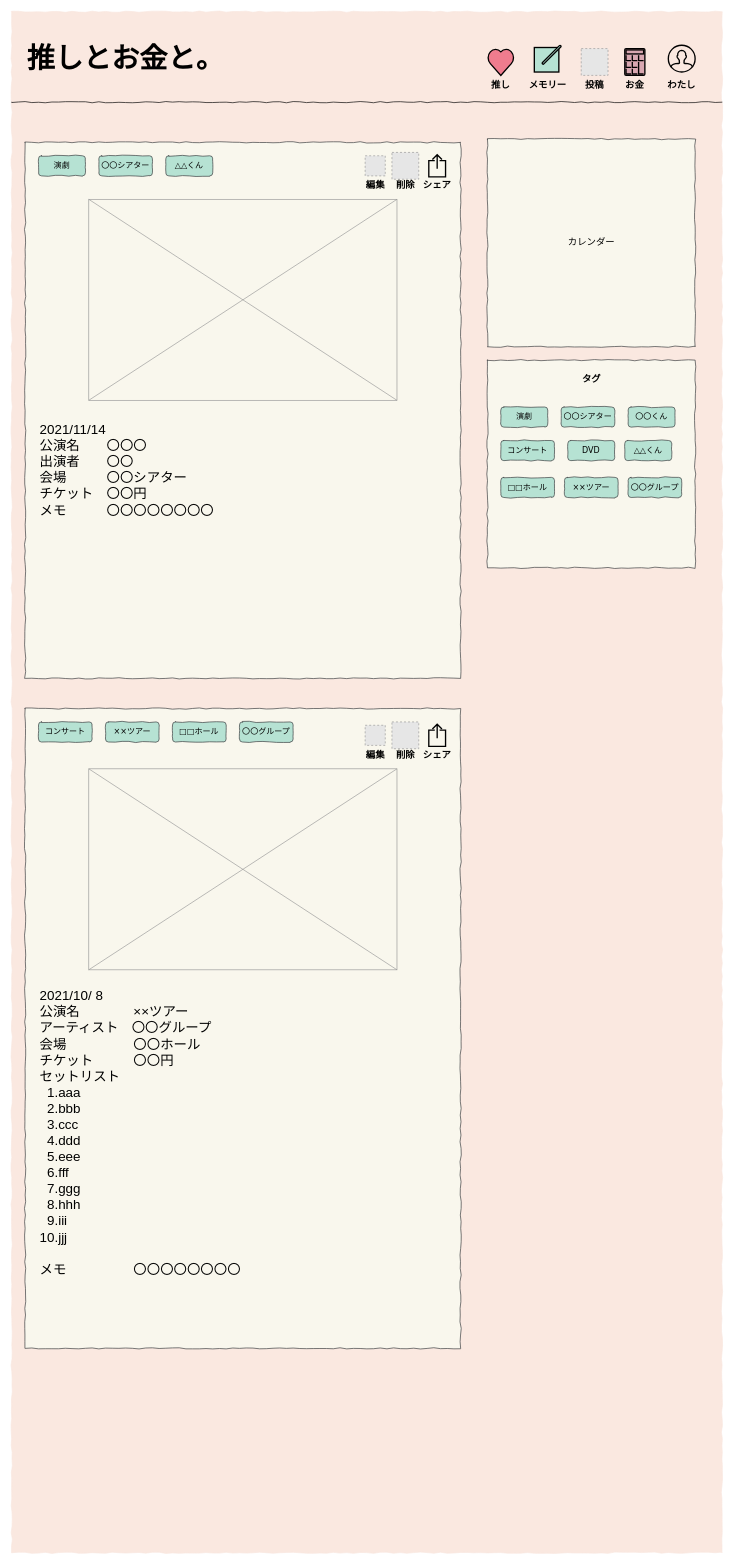
Above: page "メモリー" (3 of 15) of Untitled Diagram.drawio in yuko-miyamoto/Laravel_10 (draw.io), before the change. Source tidied: cells renumbered, new cells numbered last; positions are measured from the earlier drawing's top-left corner, leaving out a move shared by most shapes. Both pictures are drawn from the tidied source at 67%, with x=0, y=0 at pixel (11, 11). Pictures stored in the file or linked from it are replaced by grey dashed boxes.
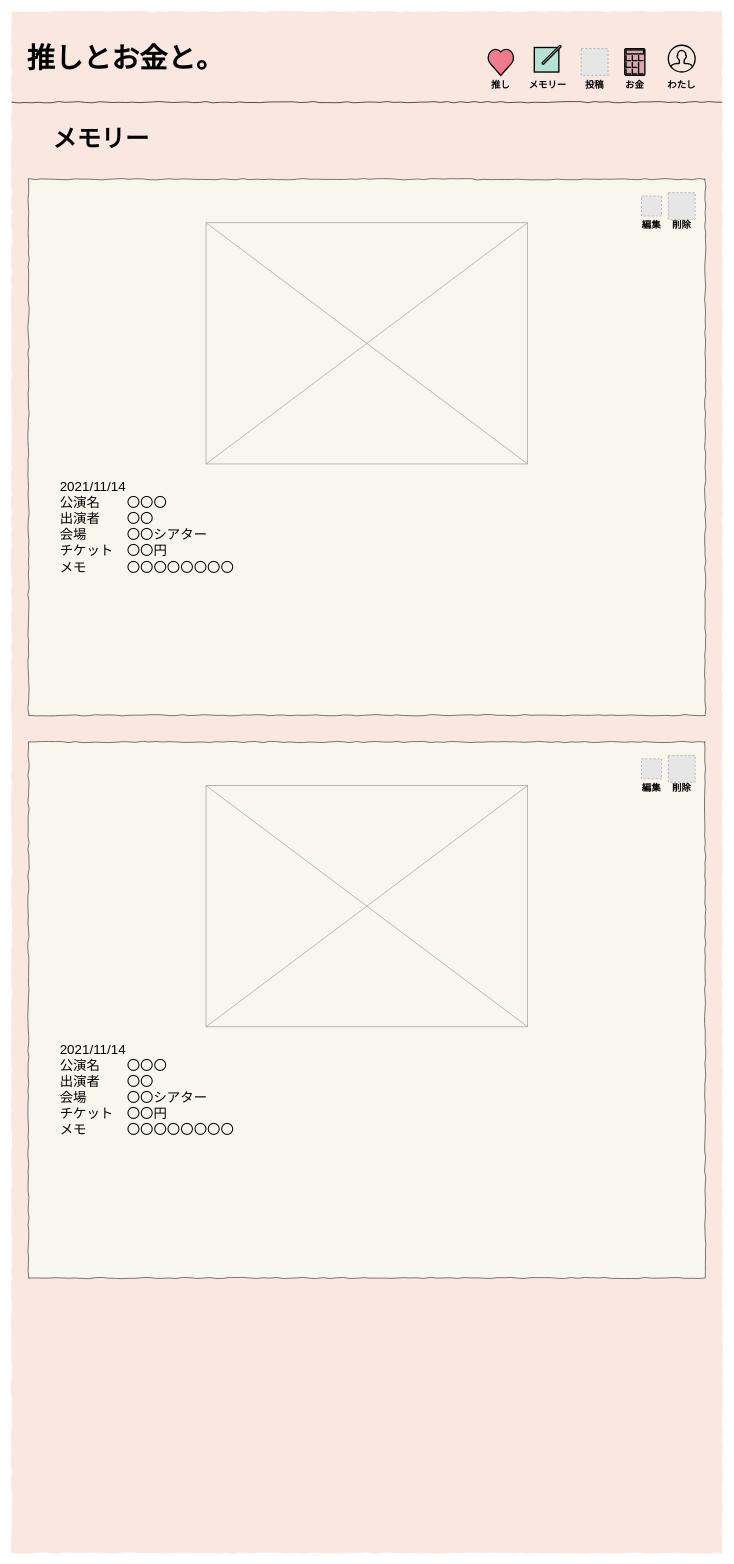
The same page after the edit.

The edit, as a diff of the source:
```diff
@@
-    <mxCell id="3" style="whiteSpace=wrap;html=1;rounded=0;shadow=0;labelBackgroundColor=none;strokeWidth=1;fontFamily=Verdana;fontSize=12;align=center;comic=1;fillColor=#F9F7ED;strokeColor=#36393d;" parent="1" vertex="1">
-      <mxGeometry x="710" y="520" width="310" height="310" as="geometry" />
-    </mxCell>
@@
-    <mxCell id="6" style="whiteSpace=wrap;html=1;rounded=0;shadow=0;labelBackgroundColor=none;strokeWidth=1;fontFamily=Verdana;fontSize=12;align=center;comic=1;fillColor=#F9F7ED;strokeColor=#36393d;" parent="1" vertex="1">
-      <mxGeometry x="710" y="190" width="310" height="310" as="geometry" />
-    </mxCell>
-    <mxCell id="7" value="カレンダー" style="text;html=1;align=center;verticalAlign=middle;spacingTop=-4;fontSize=14;fontFamily=Verdana;" parent="1" vertex="1">
-      <mxGeometry x="780" y="335" width="170" height="20" as="geometry" />
-    </mxCell>
-    <mxCell id="8" value="演劇" style="whiteSpace=wrap;html=1;rounded=1;shadow=0;labelBackgroundColor=none;strokeWidth=1;fontFamily=Verdana;fontSize=12;align=center;comic=1;fillColor=#B6E2D3;strokeColor=#36393d;" parent="1" vertex="1">
-      <mxGeometry x="730" y="590" width="70" height="30" as="geometry" />
-    </mxCell>
-    <mxCell id="9" value="〇〇シアター" style="whiteSpace=wrap;html=1;rounded=1;shadow=0;labelBackgroundColor=none;strokeWidth=1;fontFamily=Verdana;fontSize=12;align=center;comic=1;fillColor=#B6E2D3;strokeColor=#36393d;" parent="1" vertex="1">
-      <mxGeometry x="820" y="590" width="80" height="30" as="geometry" />
-    </mxCell>
-    <mxCell id="10" value="〇〇くん" style="whiteSpace=wrap;html=1;rounded=1;shadow=0;labelBackgroundColor=none;strokeWidth=1;fontFamily=Verdana;fontSize=12;align=center;comic=1;fillColor=#B6E2D3;strokeColor=#36393d;" parent="1" vertex="1">
-      <mxGeometry x="920" y="590" width="70" height="30" as="geometry" />
-    </mxCell>
     <mxCell id="11" style="whiteSpace=wrap;html=1;rounded=0;shadow=0;labelBackgroundColor=none;strokeWidth=1;fontFamily=Verdana;fontSize=12;align=center;comic=1;fillColor=#F9F7ED;strokeColor=#36393d;" parent="1" vertex="1">
-      <mxGeometry x="20" y="195" width="650" height="800" as="geometry" />
+      <mxGeometry x="25" y="250" width="1010" height="800" as="geometry" />
     </mxCell>
     <mxCell id="12" style="verticalLabelPosition=bottom;shadow=0;dashed=0;align=center;html=1;verticalAlign=top;strokeWidth=1;shape=mxgraph.mockup.graphics.simpleIcon;strokeColor=#999999;rounded=1;fontSize=18;fillColor=none;" parent="1" vertex="1">
-      <mxGeometry x="115" y="280" width="460" height="300" as="geometry" />
+      <mxGeometry x="290" y="315" width="480" height="360" as="geometry" />
     </mxCell>
-    <mxCell id="13" value="タグ" style="text;html=1;align=center;verticalAlign=middle;spacingTop=-4;fontSize=14;fontFamily=Verdana;fontStyle=1;" parent="1" vertex="1">
-      <mxGeometry x="780" y="540" width="170" height="20" as="geometry" />
-    </mxCell>
-    <mxCell id="14" value="コンサート" style="whiteSpace=wrap;html=1;rounded=1;shadow=0;labelBackgroundColor=none;strokeWidth=1;fontFamily=Verdana;fontSize=12;align=center;comic=1;fillColor=#B6E2D3;strokeColor=#36393d;" parent="1" vertex="1">
-      <mxGeometry x="730" y="640" width="80" height="30" as="geometry" />
-    </mxCell>
-    <mxCell id="15" value="DVD" style="whiteSpace=wrap;html=1;rounded=1;shadow=0;labelBackgroundColor=none;strokeWidth=1;fontFamily=Verdana;fontSize=12;align=center;comic=1;fillColor=#B6E2D3;strokeColor=#36393d;" parent="1" vertex="1">
-      <mxGeometry x="830" y="640" width="70" height="30" as="geometry" />
-    </mxCell>
-    <mxCell id="16" value="△△くん" style="whiteSpace=wrap;html=1;rounded=1;shadow=0;labelBackgroundColor=none;strokeWidth=1;fontFamily=Verdana;fontSize=12;align=center;comic=1;fillColor=#B6E2D3;strokeColor=#36393d;" parent="1" vertex="1">
-      <mxGeometry x="915" y="640" width="70" height="30" as="geometry" />
-    </mxCell>
-    <mxCell id="17" value="演劇" style="whiteSpace=wrap;html=1;rounded=1;shadow=0;labelBackgroundColor=none;strokeWidth=1;fontFamily=Verdana;fontSize=12;align=center;comic=1;fillColor=#B6E2D3;strokeColor=#36393d;" parent="1" vertex="1">
-      <mxGeometry x="40" y="215" width="70" height="30" as="geometry" />
-    </mxCell>
-    <mxCell id="18" value="〇〇シアター" style="whiteSpace=wrap;html=1;rounded=1;shadow=0;labelBackgroundColor=none;strokeWidth=1;fontFamily=Verdana;fontSize=12;align=center;comic=1;fillColor=#B6E2D3;strokeColor=#36393d;" parent="1" vertex="1">
-      <mxGeometry x="130" y="215" width="80" height="30" as="geometry" />
-    </mxCell>
-    <mxCell id="19" value="△△くん" style="whiteSpace=wrap;html=1;rounded=1;shadow=0;labelBackgroundColor=none;strokeWidth=1;fontFamily=Verdana;fontSize=12;align=center;comic=1;fillColor=#B6E2D3;strokeColor=#36393d;" parent="1" vertex="1">
-      <mxGeometry x="230" y="215" width="70" height="30" as="geometry" />
-    </mxCell>
     <mxCell id="20" value="2021/11/14&lt;br style=&quot;font-size: 20px&quot;&gt;公演名　　〇〇〇&lt;br style=&quot;font-size: 20px&quot;&gt;出演者　　〇〇&lt;br style=&quot;font-size: 20px&quot;&gt;会場　　　〇〇シアター&lt;br style=&quot;font-size: 20px&quot;&gt;チケット　〇〇円&lt;br style=&quot;font-size: 20px&quot;&gt;&lt;div style=&quot;font-size: 20px&quot;&gt;&lt;span style=&quot;font-size: 20px&quot;&gt;メモ　　　〇〇〇〇〇〇〇〇&lt;/span&gt;&lt;/div&gt;" style="text;html=1;strokeColor=none;fillColor=none;align=left;verticalAlign=top;whiteSpace=wrap;rounded=0;shadow=1;glass=0;sketch=0;fontSize=20;fontColor=#000000;" parent="1" vertex="1">
-      <mxGeometry x="40" y="605" width="640" height="350" as="geometry" />
+      <mxGeometry x="70" y="690" width="790" height="350" as="geometry" />
     </mxCell>
     <mxCell id="21" style="fillColor=#E6E6E6;strokeColor=#999999;dashed=1;html=1;verticalAlign=top;verticalLabelPosition=bottom;labelBackgroundColor=#ffffff;fontSize=14;fontColor=#000000;" parent="1" vertex="1">
-      <mxGeometry x="527.5" y="215" width="30" height="30" as="geometry" />
+      <mxGeometry x="940" y="275" width="30" height="30" as="geometry" />
     </mxCell>
     <mxCell id="22" style="fillColor=#E6E6E6;strokeColor=#999999;dashed=1;html=1;verticalAlign=top;verticalLabelPosition=bottom;labelBackgroundColor=#ffffff;fontSize=14;fontColor=#000000;" parent="1" vertex="1">
-      <mxGeometry x="567.5" y="210" width="40" height="40" as="geometry" />
+      <mxGeometry x="980" y="270" width="40" height="40" as="geometry" />
     </mxCell>
-    <mxCell id="23" style="html=1;verticalLabelPosition=bottom;align=center;labelBackgroundColor=#ffffff;verticalAlign=top;strokeWidth=2;strokeColor=#000000;shadow=0;dashed=0;shape=mxgraph.ios7.icons.share;rounded=0;glass=0;sketch=0;fontSize=14;fontColor=#000000;fillColor=none;" parent="1" vertex="1">
-      <mxGeometry x="622.5" y="213.5" width="25" height="33" as="geometry" />
-    </mxCell>
-    <mxCell id="24" value="□□ホール" style="whiteSpace=wrap;html=1;rounded=1;shadow=0;labelBackgroundColor=none;strokeWidth=1;fontFamily=Verdana;fontSize=12;align=center;comic=1;fillColor=#B6E2D3;strokeColor=#36393d;" parent="1" vertex="1">
-      <mxGeometry x="730" y="695" width="80" height="30" as="geometry" />
-    </mxCell>
-    <mxCell id="25" value="××ツアー" style="whiteSpace=wrap;html=1;rounded=1;shadow=0;labelBackgroundColor=none;strokeWidth=1;fontFamily=Verdana;fontSize=12;align=center;comic=1;fillColor=#B6E2D3;strokeColor=#36393d;" parent="1" vertex="1">
-      <mxGeometry x="825" y="695" width="80" height="30" as="geometry" />
-    </mxCell>
-    <mxCell id="26" style="whiteSpace=wrap;html=1;rounded=0;shadow=0;labelBackgroundColor=none;strokeWidth=1;fontFamily=Verdana;fontSize=12;align=center;comic=1;fillColor=#F9F7ED;strokeColor=#36393d;" parent="1" vertex="1">
-      <mxGeometry x="20" y="1040" width="650" height="955" as="geometry" />
-    </mxCell>
-    <mxCell id="27" style="verticalLabelPosition=bottom;shadow=0;dashed=0;align=center;html=1;verticalAlign=top;strokeWidth=1;shape=mxgraph.mockup.graphics.simpleIcon;strokeColor=#999999;rounded=1;fontSize=18;fillColor=none;" parent="1" vertex="1">
-      <mxGeometry x="115" y="1130" width="460" height="300" as="geometry" />
-    </mxCell>
-    <mxCell id="28" value="2021/10/ 8&lt;br style=&quot;font-size: 20px&quot;&gt;公演名　　　　××ツアー&lt;br style=&quot;font-size: 20px&quot;&gt;アーティスト　〇〇グループ&lt;br style=&quot;font-size: 20px&quot;&gt;会場　　　　　〇〇ホール&lt;br style=&quot;font-size: 20px&quot;&gt;チケット　　　〇〇円&lt;br&gt;セットリスト&lt;br&gt;&amp;nbsp; 1.aaa&amp;nbsp;&lt;br&gt;&amp;nbsp; 2.bbb&lt;br&gt;&amp;nbsp; 3.ccc&lt;br&gt;&amp;nbsp; 4.ddd&lt;br&gt;&amp;nbsp; 5.eee&lt;br&gt;&amp;nbsp; 6.fff&lt;br&gt;&amp;nbsp; 7.ggg&lt;br&gt;&amp;nbsp; 8.hhh&lt;br&gt;&amp;nbsp; 9.iii&lt;br&gt;10.jjj&lt;br&gt;&lt;br style=&quot;font-size: 20px&quot;&gt;&lt;div style=&quot;font-size: 20px&quot;&gt;&lt;span style=&quot;font-size: 20px&quot;&gt;メモ　　　　　〇〇〇〇〇〇〇〇&lt;/span&gt;&lt;/div&gt;" style="text;html=1;strokeColor=none;fillColor=none;align=left;verticalAlign=top;whiteSpace=wrap;rounded=0;shadow=1;glass=0;sketch=0;fontSize=20;fontColor=#000000;" parent="1" vertex="1">
-      <mxGeometry x="40" y="1450" width="640" height="495" as="geometry" />
-    </mxCell>
-    <mxCell id="29" value="コンサート" style="whiteSpace=wrap;html=1;rounded=1;shadow=0;labelBackgroundColor=none;strokeWidth=1;fontFamily=Verdana;fontSize=12;align=center;comic=1;fillColor=#B6E2D3;strokeColor=#36393d;" parent="1" vertex="1">
-      <mxGeometry x="40" y="1060" width="80" height="30" as="geometry" />
-    </mxCell>
-    <mxCell id="30" value="××ツアー" style="whiteSpace=wrap;html=1;rounded=1;shadow=0;labelBackgroundColor=none;strokeWidth=1;fontFamily=Verdana;fontSize=12;align=center;comic=1;fillColor=#B6E2D3;strokeColor=#36393d;" parent="1" vertex="1">
-      <mxGeometry x="140" y="1060" width="80" height="30" as="geometry" />
-    </mxCell>
-    <mxCell id="31" value="□□ホール" style="whiteSpace=wrap;html=1;rounded=1;shadow=0;labelBackgroundColor=none;strokeWidth=1;fontFamily=Verdana;fontSize=12;align=center;comic=1;fillColor=#B6E2D3;strokeColor=#36393d;" parent="1" vertex="1">
-      <mxGeometry x="240" y="1060" width="80" height="30" as="geometry" />
-    </mxCell>
     <mxCell id="32" value="編集" style="whiteSpace=wrap;html=1;rounded=0;shadow=0;labelBackgroundColor=none;strokeWidth=1;fontFamily=Verdana;fontSize=14;align=center;comic=1;fillColor=none;strokeColor=none;verticalAlign=bottom;fontStyle=1;" parent="1" vertex="1">
-      <mxGeometry x="507.5" y="190" width="70" height="80" as="geometry" />
+      <mxGeometry x="920" y="250" width="70" height="80" as="geometry" />
     </mxCell>
     <mxCell id="33" value="削除" style="whiteSpace=wrap;html=1;rounded=0;shadow=0;labelBackgroundColor=none;strokeWidth=1;fontFamily=Verdana;fontSize=14;align=center;comic=1;fillColor=none;strokeColor=none;verticalAlign=bottom;fontStyle=1;" parent="1" vertex="1">
-      <mxGeometry x="552.5" y="190" width="70" height="80" as="geometry" />
+      <mxGeometry x="965" y="250" width="70" height="80" as="geometry" />
     </mxCell>
-    <mxCell id="34" value="シェア" style="whiteSpace=wrap;html=1;rounded=0;shadow=0;labelBackgroundColor=none;strokeWidth=1;fontFamily=Verdana;fontSize=14;align=center;comic=1;fillColor=none;strokeColor=none;verticalAlign=bottom;fontStyle=1;" parent="1" vertex="1">
-      <mxGeometry x="600" y="190" width="70" height="80" as="geometry" />
-    </mxCell>
-    <mxCell id="35" style="fillColor=#E6E6E6;strokeColor=#999999;dashed=1;html=1;verticalAlign=top;verticalLabelPosition=bottom;labelBackgroundColor=#ffffff;fontSize=14;fontColor=#000000;" parent="1" vertex="1">
-      <mxGeometry x="527.5" y="1065" width="30" height="30" as="geometry" />
-    </mxCell>
-    <mxCell id="36" style="fillColor=#E6E6E6;strokeColor=#999999;dashed=1;html=1;verticalAlign=top;verticalLabelPosition=bottom;labelBackgroundColor=#ffffff;fontSize=14;fontColor=#000000;" parent="1" vertex="1">
-      <mxGeometry x="567.5" y="1060" width="40" height="40" as="geometry" />
-    </mxCell>
-    <mxCell id="37" style="html=1;verticalLabelPosition=bottom;align=center;labelBackgroundColor=#ffffff;verticalAlign=top;strokeWidth=2;strokeColor=#000000;shadow=0;dashed=0;shape=mxgraph.ios7.icons.share;rounded=0;glass=0;sketch=0;fontSize=14;fontColor=#000000;fillColor=none;" parent="1" vertex="1">
-      <mxGeometry x="622.5" y="1063.5" width="25" height="33" as="geometry" />
-    </mxCell>
-    <mxCell id="38" value="編集" style="whiteSpace=wrap;html=1;rounded=0;shadow=0;labelBackgroundColor=none;strokeWidth=1;fontFamily=Verdana;fontSize=14;align=center;comic=1;fillColor=none;strokeColor=none;verticalAlign=bottom;fontStyle=1;" parent="1" vertex="1">
-      <mxGeometry x="507.5" y="1040" width="70" height="80" as="geometry" />
-    </mxCell>
-    <mxCell id="39" value="削除" style="whiteSpace=wrap;html=1;rounded=0;shadow=0;labelBackgroundColor=none;strokeWidth=1;fontFamily=Verdana;fontSize=14;align=center;comic=1;fillColor=none;strokeColor=none;verticalAlign=bottom;fontStyle=1;" parent="1" vertex="1">
-      <mxGeometry x="552.5" y="1040" width="70" height="80" as="geometry" />
-    </mxCell>
-    <mxCell id="40" value="シェア" style="whiteSpace=wrap;html=1;rounded=0;shadow=0;labelBackgroundColor=none;strokeWidth=1;fontFamily=Verdana;fontSize=14;align=center;comic=1;fillColor=none;strokeColor=none;verticalAlign=bottom;fontStyle=1;" parent="1" vertex="1">
-      <mxGeometry x="600" y="1040" width="70" height="80" as="geometry" />
-    </mxCell>
-    <mxCell id="41" value="〇〇グループ" style="whiteSpace=wrap;html=1;rounded=1;shadow=0;labelBackgroundColor=none;strokeWidth=1;fontFamily=Verdana;fontSize=12;align=center;comic=1;fillColor=#B6E2D3;strokeColor=#36393d;" parent="1" vertex="1">
-      <mxGeometry x="920" y="695" width="80" height="30" as="geometry" />
-    </mxCell>
-    <mxCell id="42" value="〇〇グループ" style="whiteSpace=wrap;html=1;rounded=1;shadow=0;labelBackgroundColor=none;strokeWidth=1;fontFamily=Verdana;fontSize=12;align=center;comic=1;fillColor=#B6E2D3;strokeColor=#36393d;" parent="1" vertex="1">
-      <mxGeometry x="340" y="1060" width="80" height="30" as="geometry" />
-    </mxCell>
@@
+    <mxCell id="53" value="メモリー" style="text;strokeColor=none;fillColor=none;html=1;fontSize=36;fontStyle=1;verticalAlign=middle;align=center;" parent="1" vertex="1">
+      <mxGeometry x="25" y="160" width="215" height="60" as="geometry" />
+    </mxCell>
+    <mxCell id="54" style="whiteSpace=wrap;html=1;rounded=0;shadow=0;labelBackgroundColor=none;strokeWidth=1;fontFamily=Verdana;fontSize=12;align=center;comic=1;fillColor=#F9F7ED;strokeColor=#36393d;" parent="1" vertex="1">
+      <mxGeometry x="25" y="1090" width="1010" height="800" as="geometry" />
+    </mxCell>
+    <mxCell id="55" style="verticalLabelPosition=bottom;shadow=0;dashed=0;align=center;html=1;verticalAlign=top;strokeWidth=1;shape=mxgraph.mockup.graphics.simpleIcon;strokeColor=#999999;rounded=1;fontSize=18;fillColor=none;" parent="1" vertex="1">
+      <mxGeometry x="290" y="1155" width="480" height="360" as="geometry" />
+    </mxCell>
+    <mxCell id="56" value="2021/11/14&lt;br style=&quot;font-size: 20px&quot;&gt;公演名　　〇〇〇&lt;br style=&quot;font-size: 20px&quot;&gt;出演者　　〇〇&lt;br style=&quot;font-size: 20px&quot;&gt;会場　　　〇〇シアター&lt;br style=&quot;font-size: 20px&quot;&gt;チケット　〇〇円&lt;br style=&quot;font-size: 20px&quot;&gt;&lt;div style=&quot;font-size: 20px&quot;&gt;&lt;span style=&quot;font-size: 20px&quot;&gt;メモ　　　〇〇〇〇〇〇〇〇&lt;/span&gt;&lt;/div&gt;" style="text;html=1;strokeColor=none;fillColor=none;align=left;verticalAlign=top;whiteSpace=wrap;rounded=0;shadow=1;glass=0;sketch=0;fontSize=20;fontColor=#000000;" parent="1" vertex="1">
+      <mxGeometry x="70" y="1530" width="790" height="350" as="geometry" />
+    </mxCell>
+    <mxCell id="57" style="fillColor=#E6E6E6;strokeColor=#999999;dashed=1;html=1;verticalAlign=top;verticalLabelPosition=bottom;labelBackgroundColor=#ffffff;fontSize=14;fontColor=#000000;" parent="1" vertex="1">
+      <mxGeometry x="940" y="1115" width="30" height="30" as="geometry" />
+    </mxCell>
+    <mxCell id="58" style="fillColor=#E6E6E6;strokeColor=#999999;dashed=1;html=1;verticalAlign=top;verticalLabelPosition=bottom;labelBackgroundColor=#ffffff;fontSize=14;fontColor=#000000;" parent="1" vertex="1">
+      <mxGeometry x="980" y="1110" width="40" height="40" as="geometry" />
+    </mxCell>
+    <mxCell id="38" value="編集" style="whiteSpace=wrap;html=1;rounded=0;shadow=0;labelBackgroundColor=none;strokeWidth=1;fontFamily=Verdana;fontSize=14;align=center;comic=1;fillColor=none;strokeColor=none;verticalAlign=bottom;fontStyle=1;" parent="1" vertex="1">
+      <mxGeometry x="920" y="1090" width="70" height="80" as="geometry" />
+    </mxCell>
+    <mxCell id="39" value="削除" style="whiteSpace=wrap;html=1;rounded=0;shadow=0;labelBackgroundColor=none;strokeWidth=1;fontFamily=Verdana;fontSize=14;align=center;comic=1;fillColor=none;strokeColor=none;verticalAlign=bottom;fontStyle=1;" parent="1" vertex="1">
+      <mxGeometry x="965" y="1090" width="70" height="80" as="geometry" />
+    </mxCell>
```
